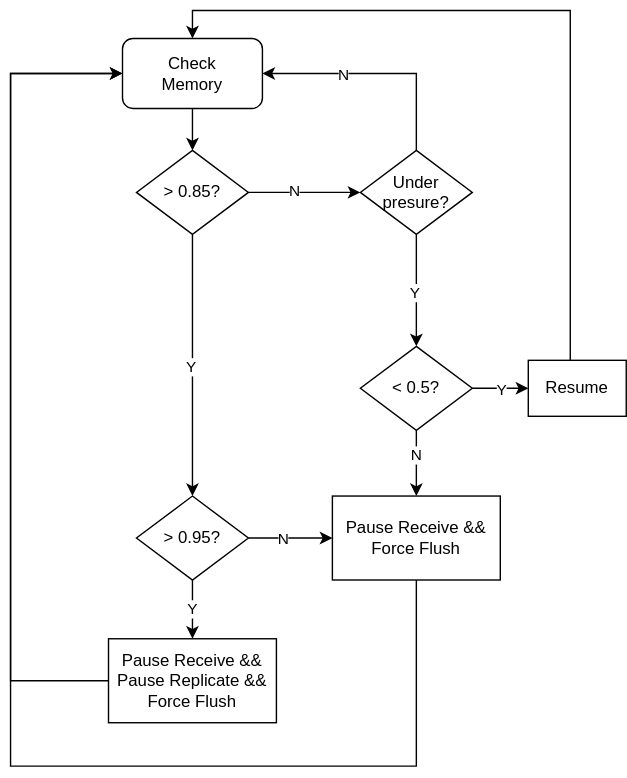
apache/celeborn keeps this draw.io diagram as docs/assets/img/backpressure.svg. Above is the earlier version. Source tidied: cells renumbered, new cells last; positions are measured from the earlier drawing's top-left corner, leaving out a move shared by most shapes.
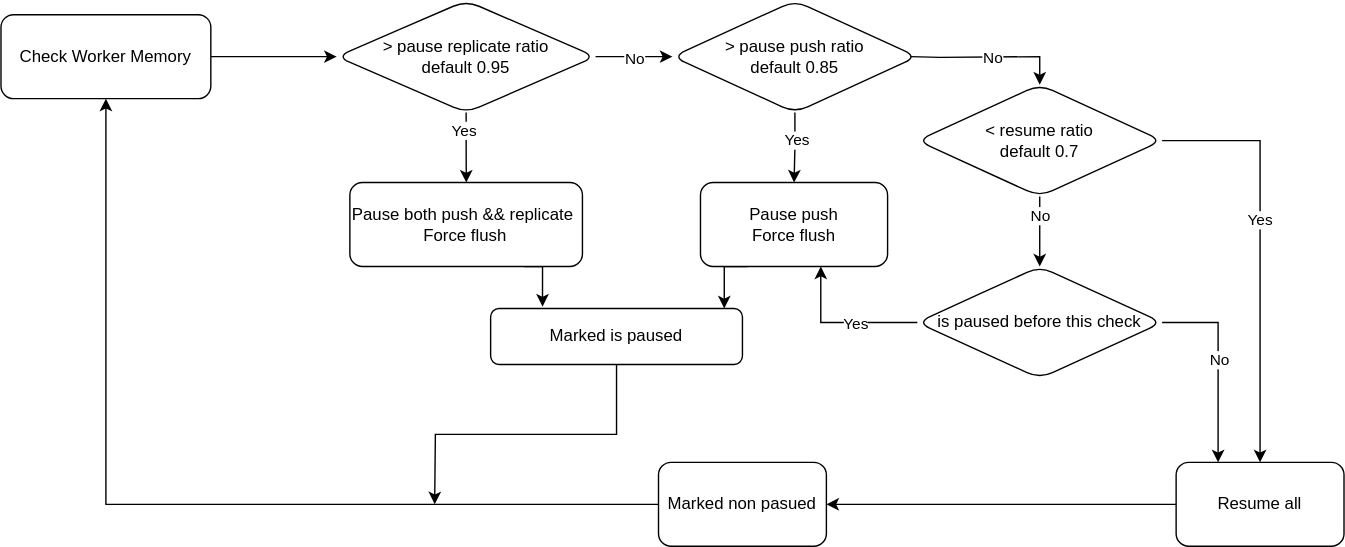
After the commit.

Commit message:
[CELEBORN-905] Redraw the flowchart backpressure.svg after worker pause logic is reconstructed

Diff of the diagram source:
```diff
@@ -2,119 +2,111 @@
   <root>
     <mxCell id="0" />
     <mxCell id="1" parent="0" />
-    <mxCell id="2" style="edgeStyle=orthogonalEdgeStyle;rounded=0;jettySize=auto;html=1;exitX=0.5;exitY=1;exitDx=0;exitDy=0;entryX=0.5;entryY=0;entryDx=0;entryDy=0;" parent="1" edge="1" source="3" target="8">
-      <mxGeometry relative="1" as="geometry" />
-    </mxCell>
-    <mxCell id="3" value="Check&lt;br&gt;Memory" style="rounded=1;whiteSpace=wrap;html=1;" parent="1" vertex="1">
-      <mxGeometry x="80" y="20" width="100" height="50" as="geometry" />
-    </mxCell>
-    <mxCell id="4" style="edgeStyle=orthogonalEdgeStyle;rounded=0;jettySize=auto;html=1;entryX=0.5;entryY=0;entryDx=0;entryDy=0;" parent="1" edge="1" source="8" target="13">
-      <mxGeometry relative="1" as="geometry" />
-    </mxCell>
-    <mxCell id="5" value="Y" style="edgeLabel;html=1;align=center;verticalAlign=middle;" parent="4" vertex="1">
-      <mxGeometry y="-2" relative="1" as="geometry" />
-    </mxCell>
-    <mxCell id="6" style="edgeStyle=orthogonalEdgeStyle;rounded=0;jettySize=auto;html=1;" parent="1" edge="1" source="8" target="20">
-      <mxGeometry relative="1" as="geometry" />
-    </mxCell>
-    <mxCell id="7" value="N" style="edgeLabel;html=1;align=center;verticalAlign=middle;" parent="6" vertex="1">
-      <mxGeometry x="-0.2" y="2" relative="1" as="geometry" />
-    </mxCell>
-    <mxCell id="8" value="&amp;gt; 0.85?" style="rhombus;whiteSpace=wrap;html=1;" parent="1" vertex="1">
-      <mxGeometry x="90" y="100" width="80" height="60" as="geometry" />
-    </mxCell>
-    <mxCell id="9" style="edgeStyle=orthogonalEdgeStyle;rounded=0;jettySize=auto;html=1;" parent="1" edge="1" source="13" target="15">
-      <mxGeometry relative="1" as="geometry" />
-    </mxCell>
-    <mxCell id="10" value="Y" style="edgeLabel;html=1;align=center;verticalAlign=middle;" parent="9" vertex="1">
-      <mxGeometry x="-0.02" y="1" relative="1" as="geometry">
-        <mxPoint x="-2" as="offset" />
-      </mxGeometry>
-    </mxCell>
-    <mxCell id="11" style="edgeStyle=orthogonalEdgeStyle;rounded=0;jettySize=auto;html=1;entryX=0;entryY=0.5;entryDx=0;entryDy=0;" parent="1" edge="1" source="13" target="27">
-      <mxGeometry relative="1" as="geometry" />
-    </mxCell>
-    <mxCell id="12" value="N" style="edgeLabel;html=1;align=center;verticalAlign=middle;" parent="11" vertex="1">
-      <mxGeometry x="-0.2" y="-2" relative="1" as="geometry">
-        <mxPoint y="-2" as="offset" />
-      </mxGeometry>
-    </mxCell>
-    <mxCell id="13" value="&amp;gt; 0.95?" style="rhombus;whiteSpace=wrap;html=1;" parent="1" vertex="1">
-      <mxGeometry x="90" y="347" width="80" height="60" as="geometry" />
-    </mxCell>
-    <mxCell id="14" style="edgeStyle=orthogonalEdgeStyle;rounded=0;jettySize=auto;html=1;entryX=0;entryY=0.5;entryDx=0;entryDy=0;exitX=0;exitY=0.5;exitDx=0;exitDy=0;" parent="1" edge="1" source="15" target="3">
-      <mxGeometry relative="1" as="geometry">
-        <Array as="points">
-          <mxPoint y="479" />
-          <mxPoint y="45" />
-        </Array>
-      </mxGeometry>
-    </mxCell>
-    <mxCell id="15" value="Pause Receive &amp;amp;&amp;amp;&lt;br&gt;Pause Replicate &amp;amp;&amp;amp;&lt;br&gt;Force Flush" style="whiteSpace=wrap;html=1;" parent="1" vertex="1">
-      <mxGeometry x="70" y="449" width="120" height="60" as="geometry" />
-    </mxCell>
-    <mxCell id="16" style="edgeStyle=orthogonalEdgeStyle;rounded=0;jettySize=auto;html=1;" parent="1" edge="1" source="20" target="25">
-      <mxGeometry relative="1" as="geometry" />
-    </mxCell>
-    <mxCell id="17" value="Y" style="edgeLabel;html=1;align=center;verticalAlign=middle;" parent="16" vertex="1">
-      <mxGeometry x="0.03" y="-2" relative="1" as="geometry" />
-    </mxCell>
-    <mxCell id="18" style="edgeStyle=orthogonalEdgeStyle;rounded=0;jettySize=auto;html=1;entryX=1;entryY=0.5;entryDx=0;entryDy=0;" parent="1" edge="1" source="20" target="3">
-      <mxGeometry relative="1" as="geometry">
-        <Array as="points">
-          <mxPoint x="290" y="45" />
-        </Array>
-      </mxGeometry>
-    </mxCell>
-    <mxCell id="19" value="N" style="edgeLabel;html=1;align=center;verticalAlign=middle;" parent="18" vertex="1">
-      <mxGeometry x="0.31" y="4" relative="1" as="geometry">
-        <mxPoint y="-4" as="offset" />
-      </mxGeometry>
-    </mxCell>
-    <mxCell id="20" value="Under&lt;br&gt;presure?" style="rhombus;whiteSpace=wrap;html=1;" parent="1" vertex="1">
-      <mxGeometry x="250" y="100" width="80" height="60" as="geometry" />
-    </mxCell>
-    <mxCell id="21" style="edgeStyle=orthogonalEdgeStyle;rounded=0;jettySize=auto;html=1;" parent="1" edge="1" source="25" target="27">
-      <mxGeometry relative="1" as="geometry" />
-    </mxCell>
-    <mxCell id="22" value="N" style="edgeLabel;html=1;align=center;verticalAlign=middle;" parent="21" vertex="1">
-      <mxGeometry x="-0.28" y="-4" relative="1" as="geometry">
-        <mxPoint x="3" as="offset" />
-      </mxGeometry>
-    </mxCell>
-    <mxCell id="23" style="edgeStyle=orthogonalEdgeStyle;rounded=0;jettySize=auto;html=1;" parent="1" edge="1" source="25" target="29">
-      <mxGeometry relative="1" as="geometry" />
-    </mxCell>
-    <mxCell id="24" value="Y" style="edgeLabel;html=1;align=center;verticalAlign=middle;" parent="23" vertex="1">
-      <mxGeometry x="-0.64" y="-1" relative="1" as="geometry">
-        <mxPoint x="13" y="-1" as="offset" />
-      </mxGeometry>
-    </mxCell>
-    <mxCell id="25" value="&amp;lt; 0.5?" style="rhombus;whiteSpace=wrap;html=1;" parent="1" vertex="1">
-      <mxGeometry x="250" y="240" width="80" height="60" as="geometry" />
-    </mxCell>
-    <mxCell id="26" style="edgeStyle=orthogonalEdgeStyle;rounded=0;jettySize=auto;html=1;entryX=0;entryY=0.5;entryDx=0;entryDy=0;" parent="1" edge="1" source="27" target="3">
-      <mxGeometry relative="1" as="geometry">
-        <Array as="points">
-          <mxPoint x="290" y="540" />
-          <mxPoint y="540" />
-          <mxPoint y="45" />
-        </Array>
-      </mxGeometry>
-    </mxCell>
-    <mxCell id="27" value="Pause Receive &amp;amp;&amp;amp;&lt;br&gt;Force Flush" style="whiteSpace=wrap;html=1;" parent="1" vertex="1">
-      <mxGeometry x="230" y="347" width="120" height="60" as="geometry" />
-    </mxCell>
-    <mxCell id="28" style="edgeStyle=orthogonalEdgeStyle;rounded=0;jettySize=auto;html=1;entryX=0.5;entryY=0;entryDx=0;entryDy=0;" parent="1" edge="1" source="29" target="3">
-      <mxGeometry relative="1" as="geometry">
-        <Array as="points">
-          <mxPoint x="400" />
-          <mxPoint x="130" />
-        </Array>
-      </mxGeometry>
-    </mxCell>
-    <mxCell id="29" value="Resume" style="whiteSpace=wrap;html=1;" parent="1" vertex="1">
-      <mxGeometry x="370" y="250" width="70" height="40" as="geometry" />
-    </mxCell>
+    <mxCell id="30" value="&amp;gt; pause replicate ratio&lt;br&gt;default 0.95" style="rhombus;whiteSpace=wrap;html=1;rounded=1;" parent="1" vertex="1">
+      <mxGeometry y="-130" width="185" height="80" as="geometry" />
+    </mxCell>
+    <mxCell id="31" style="edgeStyle=orthogonalEdgeStyle;rounded=0;jettySize=auto;html=1;exitX=1;exitY=0.5;exitDx=0;exitDy=0;entryX=0;entryY=0.5;entryDx=0;entryDy=0;" parent="1" edge="1" source="32" target="30">
+      <mxGeometry relative="1" as="geometry" />
+    </mxCell>
+    <mxCell id="32" value="Check Worker Memory" style="rounded=1;whiteSpace=wrap;html=1;" parent="1" vertex="1">
+      <mxGeometry x="-240" y="-120" width="150" height="60" as="geometry" />
+    </mxCell>
+    <mxCell id="33" style="edgeStyle=orthogonalEdgeStyle;rounded=0;jettySize=auto;html=1;exitX=1;exitY=0.5;exitDx=0;exitDy=0;entryX=0;entryY=0.5;entryDx=0;entryDy=0;" parent="1" edge="1" source="30" target="41">
+      <mxGeometry relative="1" as="geometry" />
+    </mxCell>
+    <mxCell id="34" value="No" style="edgeLabel;html=1;align=center;verticalAlign=middle;" parent="33" vertex="1">
+      <mxGeometry x="-0.02" y="-1" relative="1" as="geometry" />
+    </mxCell>
+    <mxCell id="35" style="edgeStyle=orthogonalEdgeStyle;rounded=0;jettySize=auto;html=1;" parent="1" edge="1" source="30" target="55">
+      <mxGeometry relative="1" as="geometry" />
+    </mxCell>
+    <mxCell id="36" value="Yes" style="edgeLabel;html=1;align=center;verticalAlign=middle;" parent="35" vertex="1">
+      <mxGeometry x="-0.52" y="-2" relative="1" as="geometry" />
+    </mxCell>
+    <mxCell id="37" style="edgeStyle=orthogonalEdgeStyle;rounded=0;jettySize=auto;html=1;exitX=1;exitY=0.5;exitDx=0;exitDy=0;entryX=0.5;entryY=0;entryDx=0;entryDy=0;" parent="1" edge="1" target="46">
+      <mxGeometry relative="1" as="geometry">
+        <mxPoint x="410" y="-90" as="sourcePoint" />
+      </mxGeometry>
+    </mxCell>
+    <mxCell id="38" value="No" style="edgeLabel;html=1;align=center;verticalAlign=middle;" parent="37" vertex="1">
+      <mxGeometry x="0.02" y="-3" relative="1" as="geometry">
+        <mxPoint x="1" y="-3" as="offset" />
+      </mxGeometry>
+    </mxCell>
+    <mxCell id="39" style="edgeStyle=orthogonalEdgeStyle;rounded=0;jettySize=auto;html=1;" parent="1" edge="1" source="41" target="57">
+      <mxGeometry relative="1" as="geometry" />
+    </mxCell>
+    <mxCell id="40" value="Yes" style="edgeLabel;html=1;align=center;verticalAlign=middle;" parent="39" vertex="1">
+      <mxGeometry x="-0.24" y="1" relative="1" as="geometry" />
+    </mxCell>
+    <mxCell id="41" value="&amp;gt; pause push ratio&lt;br&gt;default 0.85" style="rhombus;whiteSpace=wrap;html=1;rounded=1;" parent="1" vertex="1">
+      <mxGeometry x="240" y="-130" width="175" height="80" as="geometry" />
+    </mxCell>
+    <mxCell id="42" style="edgeStyle=orthogonalEdgeStyle;rounded=0;jettySize=auto;html=1;exitX=1;exitY=0.5;exitDx=0;exitDy=0;" parent="1" edge="1" source="46" target="59">
+      <mxGeometry relative="1" as="geometry" />
+    </mxCell>
+    <mxCell id="43" value="Yes" style="edgeLabel;html=1;align=center;verticalAlign=middle;" parent="42" vertex="1">
+      <mxGeometry x="-0.16" y="-1" relative="1" as="geometry" />
+    </mxCell>
+    <mxCell id="44" style="edgeStyle=orthogonalEdgeStyle;rounded=0;jettySize=auto;html=1;exitX=0.5;exitY=1;exitDx=0;exitDy=0;entryX=0.5;entryY=0;entryDx=0;entryDy=0;" parent="1" edge="1" source="46" target="51">
+      <mxGeometry relative="1" as="geometry" />
+    </mxCell>
+    <mxCell id="45" value="No" style="edgeLabel;html=1;align=center;verticalAlign=middle;" parent="44" vertex="1">
+      <mxGeometry x="-0.48" relative="1" as="geometry" />
+    </mxCell>
+    <mxCell id="46" value="&amp;lt; resume ratio&lt;br&gt;default 0.7" style="rhombus;whiteSpace=wrap;html=1;rounded=1;" parent="1" vertex="1">
+      <mxGeometry x="415" y="-70" width="175" height="80" as="geometry" />
+    </mxCell>
+    <mxCell id="47" style="edgeStyle=orthogonalEdgeStyle;rounded=0;jettySize=auto;html=1;exitX=0;exitY=0.5;exitDx=0;exitDy=0;entryX=0.643;entryY=1;entryDx=0;entryDy=0;entryPerimeter=0;" parent="1" edge="1" source="51" target="57">
+      <mxGeometry relative="1" as="geometry" />
+    </mxCell>
+    <mxCell id="48" value="Yes" style="edgeLabel;html=1;align=center;verticalAlign=middle;" parent="47" vertex="1">
+      <mxGeometry x="-0.12" y="2" relative="1" as="geometry">
+        <mxPoint x="3" y="-2" as="offset" />
+      </mxGeometry>
+    </mxCell>
+    <mxCell id="49" style="edgeStyle=orthogonalEdgeStyle;rounded=0;jettySize=auto;html=1;exitX=1;exitY=0.5;exitDx=0;exitDy=0;entryX=0.25;entryY=0;entryDx=0;entryDy=0;" parent="1" edge="1" source="51" target="59">
+      <mxGeometry relative="1" as="geometry" />
+    </mxCell>
+    <mxCell id="50" value="No" style="edgeLabel;html=1;align=center;verticalAlign=middle;" parent="49" vertex="1">
+      <mxGeometry x="-0.06" relative="1" as="geometry" />
+    </mxCell>
+    <mxCell id="51" value="is paused before this check" style="rhombus;whiteSpace=wrap;html=1;rounded=1;" parent="1" vertex="1">
+      <mxGeometry x="415" y="60" width="175" height="80" as="geometry" />
+    </mxCell>
+    <mxCell id="52" style="edgeStyle=orthogonalEdgeStyle;rounded=0;jettySize=auto;html=1;exitX=0.5;exitY=1;exitDx=0;exitDy=0;" parent="1" edge="1" source="53">
+      <mxGeometry relative="1" as="geometry">
+        <mxPoint x="70" y="230" as="targetPoint" />
+      </mxGeometry>
+    </mxCell>
+    <mxCell id="53" value="Marked is paused" style="whiteSpace=wrap;html=1;rounded=1;" parent="1" vertex="1">
+      <mxGeometry x="110" y="90" width="180" height="40" as="geometry" />
+    </mxCell>
+    <mxCell id="54" style="edgeStyle=orthogonalEdgeStyle;rounded=0;jettySize=auto;html=1;exitX=0.75;exitY=1;exitDx=0;exitDy=0;entryX=0.206;entryY=-0.033;entryDx=0;entryDy=0;entryPerimeter=0;" parent="1" edge="1" source="55" target="53">
+      <mxGeometry relative="1" as="geometry" />
+    </mxCell>
+    <mxCell id="55" value="Pause both push &amp;amp;&amp;amp; replicate&amp;nbsp;&lt;br&gt;Force flush" style="whiteSpace=wrap;html=1;rounded=1;" parent="1" vertex="1">
+      <mxGeometry x="9.4" width="166.2" height="60" as="geometry" />
+    </mxCell>
+    <mxCell id="56" style="edgeStyle=orthogonalEdgeStyle;rounded=0;jettySize=auto;html=1;exitX=0.25;exitY=1;exitDx=0;exitDy=0;" parent="1" edge="1" source="57">
+      <mxGeometry relative="1" as="geometry">
+        <mxPoint x="277" y="90" as="targetPoint" />
+      </mxGeometry>
+    </mxCell>
+    <mxCell id="57" value="Pause push&lt;br&gt;Force flush" style="whiteSpace=wrap;html=1;rounded=1;" parent="1" vertex="1">
+      <mxGeometry x="260" width="133.8" height="60" as="geometry" />
+    </mxCell>
+    <mxCell id="58" style="edgeStyle=orthogonalEdgeStyle;rounded=0;jettySize=auto;html=1;exitX=0;exitY=0.5;exitDx=0;exitDy=0;entryX=1;entryY=0.5;entryDx=0;entryDy=0;" parent="1" edge="1" source="59" target="61">
+      <mxGeometry relative="1" as="geometry" />
+    </mxCell>
+    <mxCell id="59" value="Resume all" style="whiteSpace=wrap;html=1;rounded=1;" parent="1" vertex="1">
+      <mxGeometry x="600" y="200" width="120" height="60" as="geometry" />
+    </mxCell>
+    <mxCell id="60" style="edgeStyle=orthogonalEdgeStyle;rounded=0;jettySize=auto;html=1;exitX=0;exitY=0.5;exitDx=0;exitDy=0;entryX=0.5;entryY=1;entryDx=0;entryDy=0;" parent="1" edge="1" source="61" target="32">
+      <mxGeometry relative="1" as="geometry" />
+    </mxCell>
+    <mxCell id="61" value="Marked non pasued" style="rounded=1;whiteSpace=wrap;html=1;" parent="1" vertex="1">
+      <mxGeometry x="230" y="200" width="120" height="60" as="geometry" />
+    </mxCell>
   </root>
 </mxGraphModel>
```
